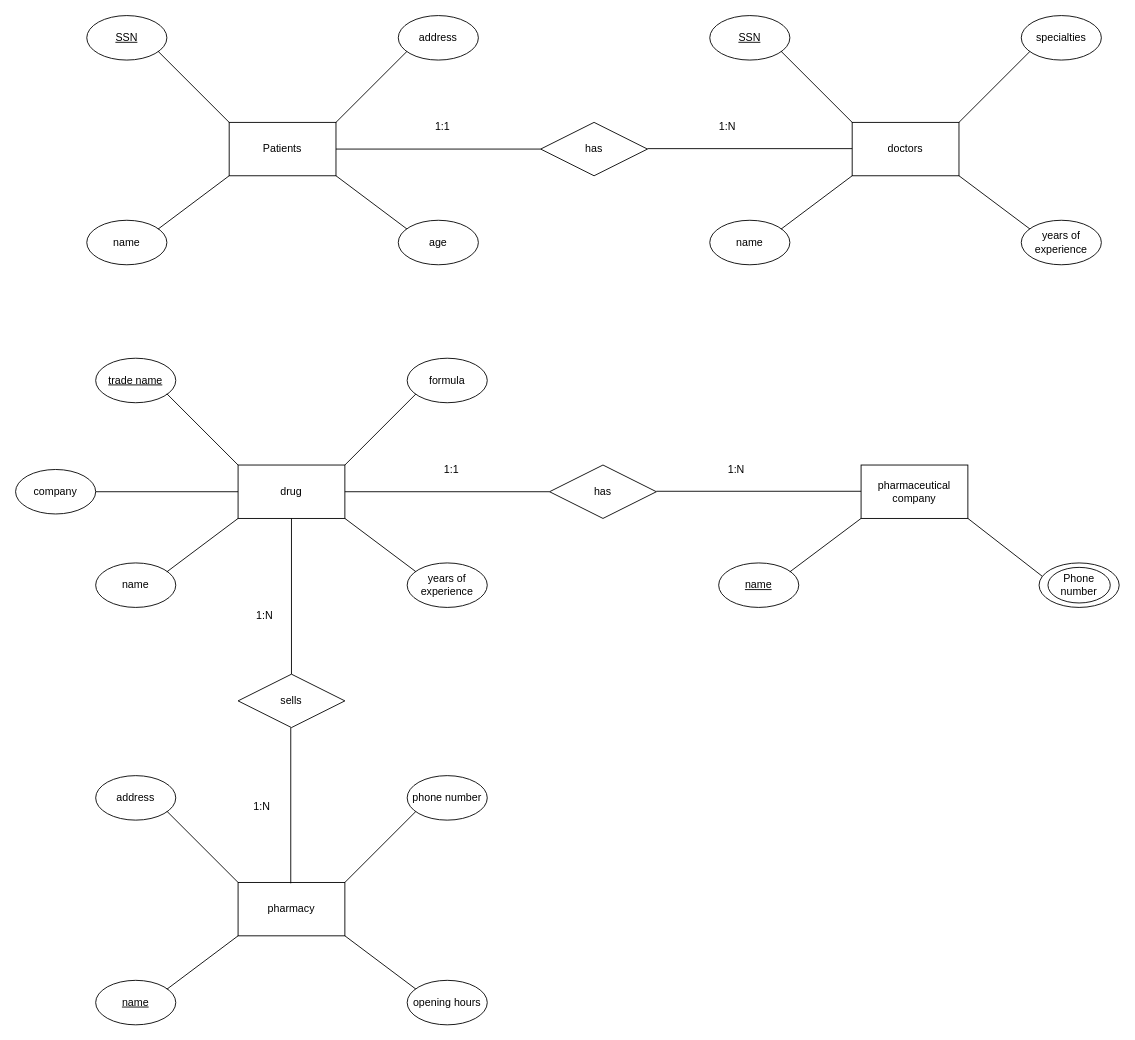
Mohamedsalem80/ER-Diagrams keeps this draw.io diagram as DB_Section.drawio. Above is the earlier version. Source tidied: cells renumbered, new cells numbered last; positions are measured from the earlier drawing's top-left corner, leaving out a move shared by most shapes. Both pictures are drawn from the tidied source at 89%, with x=0, y=0 at pixel (15, 15).
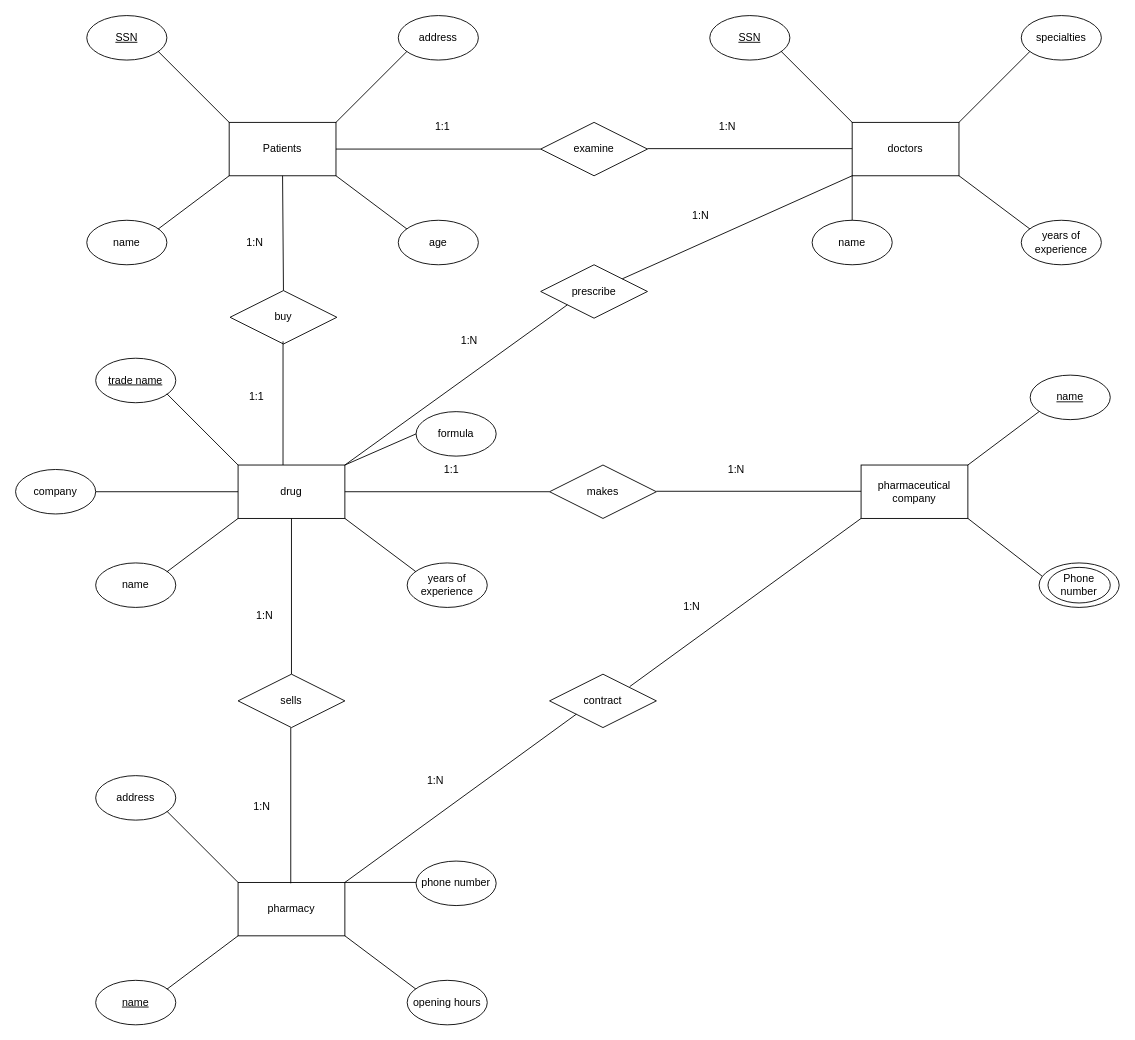
Above is the later version.

The change refers to these unchanged cells:
```xml
<mxCell id="2" value="Patients" style="rounded=0;whiteSpace=wrap;html=1;" parent="1" vertex="1">
  <mxGeometry x="240" y="120" width="120" height="60" as="geometry" />
</mxCell>
<mxCell id="11" value="doctors" style="rounded=0;whiteSpace=wrap;html=1;" parent="1" vertex="1">
  <mxGeometry x="940" y="120" width="120" height="60" as="geometry" />
</mxCell>
<mxCell id="25" value="pharmaceutical company" style="rounded=0;whiteSpace=wrap;html=1;" parent="1" vertex="1">
  <mxGeometry x="950" y="505" width="120" height="60" as="geometry" />
</mxCell>
<mxCell id="31" value="drug" style="rounded=0;whiteSpace=wrap;html=1;" parent="1" vertex="1">
  <mxGeometry x="250" y="505" width="120" height="60" as="geometry" />
</mxCell>
<mxCell id="45" value="pharmacy" style="rounded=0;whiteSpace=wrap;html=1;" parent="1" vertex="1">
  <mxGeometry x="250" y="974" width="120" height="60" as="geometry" />
</mxCell>
```

Diff of the diagram source:
```diff
@@
     <mxCell id="16" value="name" style="ellipse;whiteSpace=wrap;html=1;" parent="1" vertex="1">
-      <mxGeometry x="780" y="230" width="90" height="50" as="geometry" />
+      <mxGeometry x="895" y="230" width="90" height="50" as="geometry" />
     </mxCell>
@@
-    <mxCell id="18" style="endArrow=none;html=1;rounded=0;entryX=0;entryY=1;entryDx=0;entryDy=0;" parent="1" edge="1" target="11">
-      <mxGeometry relative="1" as="geometry">
-        <mxPoint x="860" y="240" as="sourcePoint" />
-      </mxGeometry>
+    <mxCell id="18" style="endArrow=none;html=1;rounded=0;entryX=0;entryY=1;entryDx=0;entryDy=0;exitX=0.5;exitY=0;exitDx=0;exitDy=0;" parent="1" edge="1" source="16" target="11">
+      <mxGeometry relative="1" as="geometry" />
     </mxCell>
@@
-    <mxCell id="20" value="has" style="rhombus;whiteSpace=wrap;html=1;" parent="1" vertex="1">
+    <mxCell id="20" value="examine" style="rhombus;whiteSpace=wrap;html=1;" parent="1" vertex="1">
       <mxGeometry x="590" y="120" width="120" height="60" as="geometry" />
     </mxCell>
@@
     <mxCell id="28" value="&lt;u&gt;name&lt;/u&gt;" style="ellipse;whiteSpace=wrap;html=1;" parent="1" vertex="1">
-      <mxGeometry x="790" y="615" width="90" height="50" as="geometry" />
+      <mxGeometry x="1140" y="404" width="90" height="50" as="geometry" />
     </mxCell>
-    <mxCell id="29" style="endArrow=none;html=1;rounded=0;entryX=0;entryY=1;entryDx=0;entryDy=0;" parent="1" edge="1" target="25">
+    <mxCell id="29" style="endArrow=none;html=1;rounded=0;entryX=0;entryY=1;entryDx=0;entryDy=0;" parent="1" edge="1">
       <mxGeometry relative="1" as="geometry">
-        <mxPoint x="870" y="625" as="sourcePoint" />
+        <mxPoint x="1070" y="505" as="sourcePoint" />
+        <mxPoint x="1150" y="445" as="targetPoint" />
       </mxGeometry>
     </mxCell>
@@
-    <mxCell id="34" style="endArrow=none;html=1;rounded=0;exitX=1;exitY=0;exitDx=0;exitDy=0;" parent="1" edge="1" source="31">
-      <mxGeometry relative="1" as="geometry">
-        <mxPoint x="450" y="425" as="targetPoint" />
-      </mxGeometry>
+    <mxCell id="34" style="endArrow=none;html=1;rounded=0;exitX=1;exitY=0;exitDx=0;exitDy=0;entryX=0;entryY=0.5;entryDx=0;entryDy=0;" parent="1" edge="1" source="31" target="35">
+      <mxGeometry relative="1" as="geometry" />
     </mxCell>
     <mxCell id="35" value="formula" style="ellipse;whiteSpace=wrap;html=1;" parent="1" vertex="1">
-      <mxGeometry x="440" y="385" width="90" height="50" as="geometry" />
+      <mxGeometry x="450" y="445" width="90" height="50" as="geometry" />
     </mxCell>
@@
-    <mxCell id="40" value="has" style="rhombus;whiteSpace=wrap;html=1;" parent="1" vertex="1">
+    <mxCell id="40" value="makes" style="rhombus;whiteSpace=wrap;html=1;" parent="1" vertex="1">
       <mxGeometry x="600" y="505" width="120" height="60" as="geometry" />
     </mxCell>
@@
     <mxCell id="48" style="endArrow=none;html=1;rounded=0;exitX=1;exitY=0;exitDx=0;exitDy=0;" parent="1" edge="1" source="45">
       <mxGeometry relative="1" as="geometry">
-        <mxPoint x="450" y="894" as="targetPoint" />
+        <mxPoint x="450" y="974" as="targetPoint" />
       </mxGeometry>
     </mxCell>
     <mxCell id="49" value="phone number" style="ellipse;whiteSpace=wrap;html=1;" parent="1" vertex="1">
-      <mxGeometry x="440" y="854" width="90" height="50" as="geometry" />
+      <mxGeometry x="450" y="950" width="90" height="50" as="geometry" />
     </mxCell>
@@
+    <mxCell id="61" value="contract" style="rhombus;whiteSpace=wrap;html=1;" parent="1" vertex="1">
+      <mxGeometry x="600" y="740" width="120" height="60" as="geometry" />
+    </mxCell>
+    <mxCell id="62" style="endArrow=none;html=1;rounded=0;exitX=1;exitY=0;exitDx=0;exitDy=0;entryX=0;entryY=1;entryDx=0;entryDy=0;" parent="1" edge="1" source="45" target="61">
+      <mxGeometry relative="1" as="geometry" />
+    </mxCell>
+    <mxCell id="63" style="endArrow=none;html=1;rounded=0;exitX=1;exitY=0;exitDx=0;exitDy=0;entryX=0;entryY=1;entryDx=0;entryDy=0;" parent="1" edge="1">
+      <mxGeometry relative="1" as="geometry">
+        <mxPoint x="690" y="754" as="sourcePoint" />
+        <mxPoint x="950" y="565" as="targetPoint" />
+      </mxGeometry>
+    </mxCell>
+    <mxCell id="64" value="1:N" style="text;html=1;strokeColor=none;fillColor=none;align=center;verticalAlign=middle;whiteSpace=wrap;rounded=0;" parent="1" vertex="1">
+      <mxGeometry x="730" y="649" width="60" height="30" as="geometry" />
+    </mxCell>
+    <mxCell id="65" value="1:N" style="text;html=1;strokeColor=none;fillColor=none;align=center;verticalAlign=middle;whiteSpace=wrap;rounded=0;" parent="1" vertex="1">
+      <mxGeometry x="442" y="845" width="60" height="30" as="geometry" />
+    </mxCell>
+    <mxCell id="66" value="buy" style="rhombus;whiteSpace=wrap;html=1;" parent="1" vertex="1">
+      <mxGeometry x="241" y="309" width="120" height="60" as="geometry" />
+    </mxCell>
+    <mxCell id="67" style="endArrow=none;html=1;rounded=0;exitX=0.5;exitY=1;exitDx=0;exitDy=0;entryX=0.5;entryY=0;entryDx=0;entryDy=0;" parent="1" edge="1" source="2" target="66">
+      <mxGeometry relative="1" as="geometry" />
+    </mxCell>
+    <mxCell id="68" style="endArrow=none;html=1;rounded=0;entryX=0.5;entryY=0;entryDx=0;entryDy=0;exitX=0.496;exitY=0.95;exitDx=0;exitDy=0;exitPerimeter=0;" parent="1" edge="1" source="66">
+      <mxGeometry relative="1" as="geometry">
+        <mxPoint x="300.5" y="505" as="targetPoint" />
+      </mxGeometry>
+    </mxCell>
+    <mxCell id="69" value="1:N" style="text;html=1;strokeColor=none;fillColor=none;align=center;verticalAlign=middle;whiteSpace=wrap;rounded=0;" parent="1" vertex="1">
+      <mxGeometry x="239" y="240" width="60" height="30" as="geometry" />
+    </mxCell>
+    <mxCell id="70" value="1:1" style="text;html=1;strokeColor=none;fillColor=none;align=center;verticalAlign=middle;whiteSpace=wrap;rounded=0;" parent="1" vertex="1">
+      <mxGeometry x="241" y="414" width="60" height="30" as="geometry" />
+    </mxCell>
+    <mxCell id="71" value="prescribe" style="rhombus;whiteSpace=wrap;html=1;" parent="1" vertex="1">
+      <mxGeometry x="590" y="280" width="120" height="60" as="geometry" />
+    </mxCell>
+    <mxCell id="72" style="endArrow=none;html=1;rounded=0;exitX=1;exitY=0;exitDx=0;exitDy=0;entryX=0;entryY=1;entryDx=0;entryDy=0;" parent="1" edge="1" target="71">
+      <mxGeometry relative="1" as="geometry">
+        <mxPoint x="370" y="505" as="sourcePoint" />
+      </mxGeometry>
+    </mxCell>
+    <mxCell id="73" style="endArrow=none;html=1;rounded=0;entryX=0;entryY=1;entryDx=0;entryDy=0;" parent="1" edge="1" source="71">
+      <mxGeometry relative="1" as="geometry">
+        <mxPoint x="940" y="180" as="targetPoint" />
+      </mxGeometry>
+    </mxCell>
+    <mxCell id="74" value="1:N" style="text;html=1;strokeColor=none;fillColor=none;align=center;verticalAlign=middle;whiteSpace=wrap;rounded=0;" parent="1" vertex="1">
+      <mxGeometry x="740" y="210" width="60" height="30" as="geometry" />
+    </mxCell>
+    <mxCell id="75" value="1:N" style="text;html=1;strokeColor=none;fillColor=none;align=center;verticalAlign=middle;whiteSpace=wrap;rounded=0;" parent="1" vertex="1">
+      <mxGeometry x="480" y="350" width="60" height="30" as="geometry" />
+    </mxCell>
```
